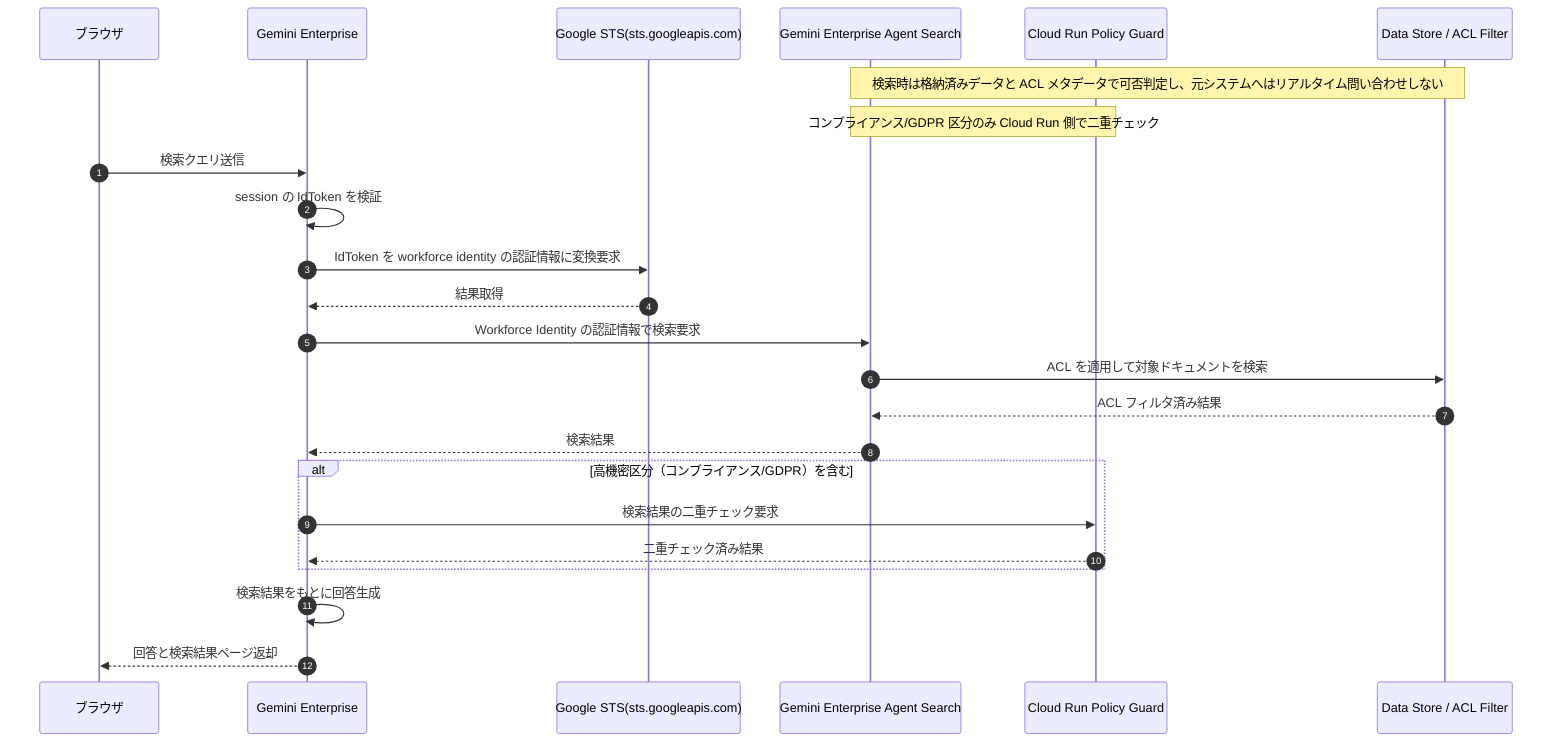
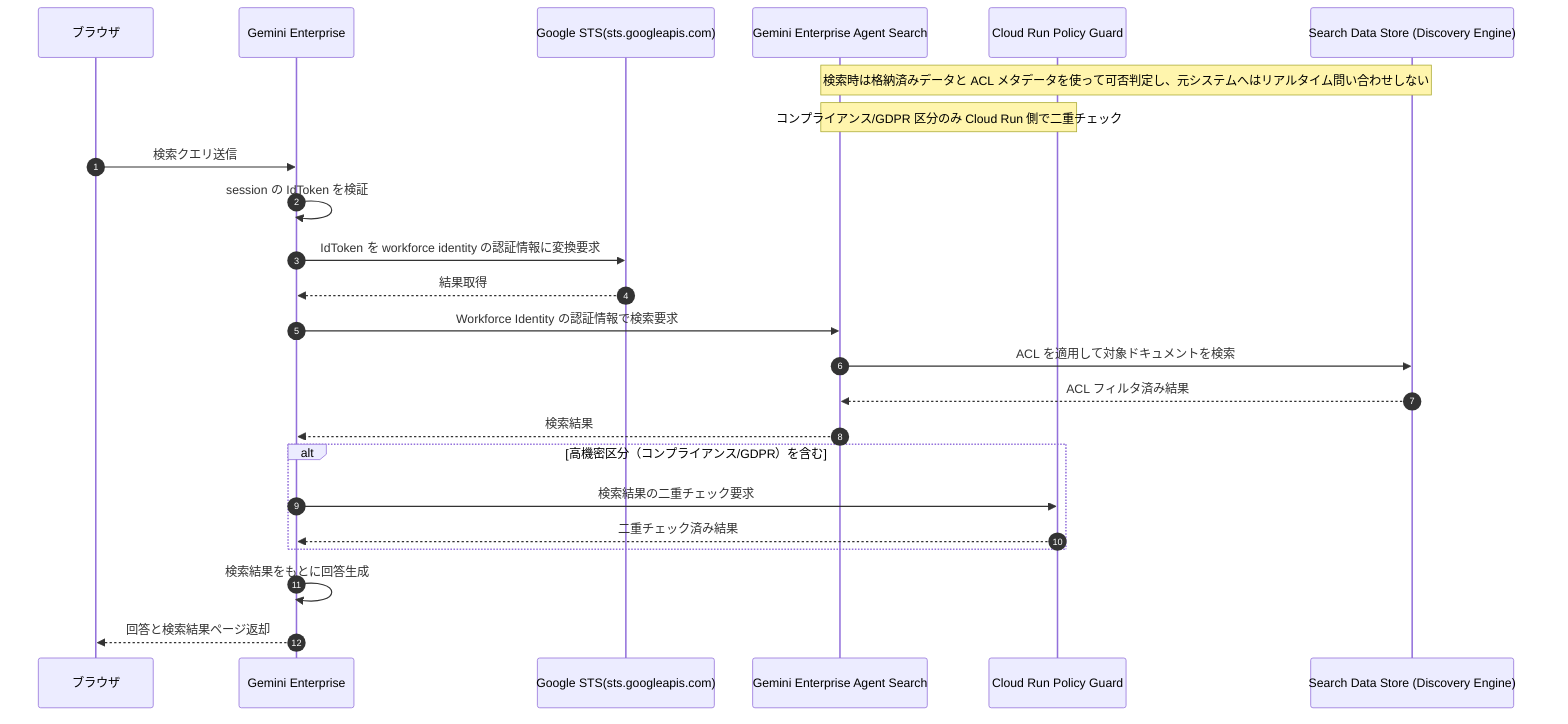
sequenceDiagram
    autonumber
    participant Browser as ブラウザ
    participant Gemini as Gemini Enterprise
    participant STS as Google STS(sts.googleapis.com)
    participant AgentSearch as Gemini Enterprise Agent Search
    participant PolicyGuard as Cloud Run Policy Guard
-     participant DataStore as Data Store / ACL Filter
+     participant DataStore as Search Data Store (Discovery Engine)

-     Note over AgentSearch,DataStore: 検索時は格納済みデータと ACL メタデータで可否判定し、元システムへはリアルタイム問い合わせしない
+     Note over AgentSearch,DataStore: 検索時は格納済みデータと ACL メタデータを使って可否判定し、元システムへはリアルタイム問い合わせしない
    Note over AgentSearch,PolicyGuard: コンプライアンス/GDPR 区分のみ Cloud Run 側で二重チェック

    Browser->>Gemini: 検索クエリ送信
    Gemini->>Gemini: session の IdToken を検証
    Gemini->>STS: IdToken を workforce identity の認証情報に変換要求
    STS-->>Gemini: 結果取得
    Gemini->>AgentSearch: Workforce Identity の認証情報で検索要求
    AgentSearch->>DataStore: ACL を適用して対象ドキュメントを検索
    DataStore-->>AgentSearch: ACL フィルタ済み結果
    AgentSearch-->>Gemini: 検索結果
    alt 高機密区分（コンプライアンス/GDPR）を含む
        Gemini->>PolicyGuard: 検索結果の二重チェック要求
        PolicyGuard-->>Gemini: 二重チェック済み結果
    end
    Gemini->>Gemini: 検索結果をもとに回答生成
    Gemini-->>Browser: 回答と検索結果ページ返却